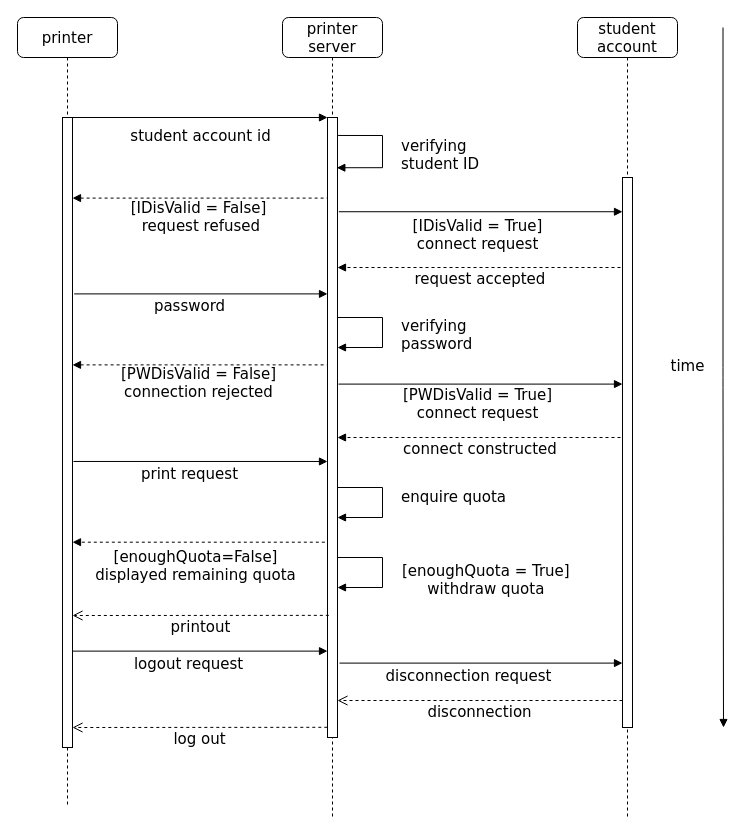
Before: page "Q1(2)" (2 of 3) of Assignment5.drawio in LI-YUXIN-Ryan-Garcia/CSCI3100Assignment, a draw.io diagram. Source tidied: cells renumbered, new cells numbered last; positions are measured from the earlier drawing's top-left corner, leaving out a move shared by most shapes. Both pictures are drawn from the tidied source at 100%, with x=0, y=0 at pixel (17, 17).
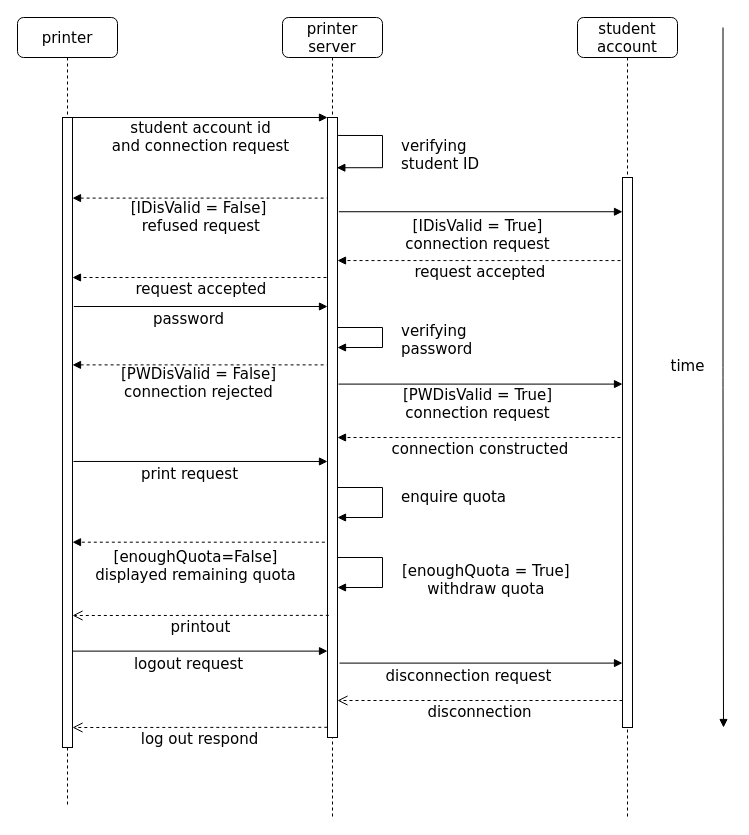
Above is the later version.

The change refers to these unchanged cells:
```xml
<mxCell id="2" value="printer server&lt;br style=&quot;font-size: 15px;&quot;&gt;" style="shape=umlLifeline;perimeter=lifelinePerimeter;whiteSpace=wrap;html=1;rounded=1;shadow=0;comic=0;labelBackgroundColor=none;strokeColor=#000000;strokeWidth=1;fillColor=#FFFFFF;fontFamily=Verdana;fontSize=15;fontColor=#000000;align=center;" parent="1" vertex="1">
  <mxGeometry x="265" width="100" height="800" as="geometry" />
</mxCell>
<mxCell id="3" style="html=1;points=[];perimeter=orthogonalPerimeter;rounded=0;shadow=0;comic=0;labelBackgroundColor=none;strokeColor=#000000;strokeWidth=1;fillColor=#FFFFFF;fontFamily=Verdana;fontSize=15;fontColor=#000000;align=center;" parent="2" vertex="1">
  <mxGeometry x="45" y="100" width="10" height="620" as="geometry" />
</mxCell>
<mxCell id="9" style="html=1;points=[];perimeter=orthogonalPerimeter;rounded=0;shadow=0;comic=0;labelBackgroundColor=none;strokeColor=#000000;strokeWidth=1;fillColor=#FFFFFF;fontFamily=Verdana;fontSize=15;fontColor=#000000;align=center;" parent="8" vertex="1">
  <mxGeometry x="45" y="160" width="10" height="550" as="geometry" />
</mxCell>
<mxCell id="11" style="html=1;points=[];perimeter=orthogonalPerimeter;rounded=0;shadow=0;comic=0;labelBackgroundColor=none;strokeColor=#000000;strokeWidth=1;fillColor=#FFFFFF;fontFamily=Verdana;fontSize=15;fontColor=#000000;align=center;" parent="10" vertex="1">
  <mxGeometry x="45" y="100" width="10" height="630" as="geometry" />
</mxCell>
```

Diff of the diagram source:
```diff
@@
     <mxCell id="5" value="verifying&lt;br style=&quot;font-size: 15px&quot;&gt;password&lt;br style=&quot;font-size: 15px&quot;&gt;" style="edgeStyle=orthogonalEdgeStyle;html=1;align=left;spacingLeft=2;endArrow=block;rounded=0;fontSize=15;fontFamily=Verdana;labelBorderColor=none;" parent="2" edge="1" source="3" target="3">
       <mxGeometry x="0.03" y="15" relative="1" as="geometry">
         <Array as="points">
-          <mxPoint x="100" y="300" />
+          <mxPoint x="100" y="310" />
           <mxPoint x="100" y="330" />
         </Array>
       </mxGeometry>
     </mxCell>
@@
-    <mxCell id="12" value="[IDisValid = True]&lt;br&gt;connect request" style="html=1;verticalAlign=bottom;endArrow=block;labelBackgroundColor=none;fontFamily=Verdana;fontSize=15;exitX=1.133;exitY=0.152;exitDx=0;exitDy=0;exitPerimeter=0;" parent="1" edge="1" source="3" target="9">
+    <mxCell id="12" value="[IDisValid = True]&lt;br&gt;connection request" style="html=1;verticalAlign=bottom;endArrow=block;labelBackgroundColor=none;fontFamily=Verdana;fontSize=15;exitX=1.133;exitY=0.152;exitDx=0;exitDy=0;exitPerimeter=0;" parent="1" edge="1" source="3" target="9">
       <mxGeometry x="-0.02" y="-44" relative="1" as="geometry" />
     </mxCell>
@@
-    <mxCell id="14" value="student account id&lt;br style=&quot;font-size: 15px;&quot;&gt;" style="html=1;verticalAlign=bottom;endArrow=block;entryX=0;entryY=0;labelBackgroundColor=none;fontFamily=Verdana;fontSize=15;edgeStyle=elbowEdgeStyle;elbow=vertical;" parent="1" edge="1" source="11" target="3">
-      <mxGeometry y="-30" relative="1" as="geometry" />
+    <mxCell id="14" value="student account id&lt;br&gt;and connection request&lt;br style=&quot;font-size: 15px&quot;&gt;" style="html=1;verticalAlign=bottom;endArrow=block;entryX=0;entryY=0;labelBackgroundColor=none;fontFamily=Verdana;fontSize=15;edgeStyle=elbowEdgeStyle;elbow=vertical;" parent="1" edge="1" source="11" target="3">
+      <mxGeometry y="-40" relative="1" as="geometry" />
     </mxCell>
@@
-    <mxCell id="16" value="&amp;nbsp;request accepted" style="html=1;verticalAlign=bottom;endArrow=block;labelBackgroundColor=none;fontFamily=Verdana;fontSize=15;dashed=1;" parent="1" edge="1" target="3">
-      <mxGeometry x="0.01" y="23" relative="1" as="geometry">
-        <mxPoint x="603" y="250" as="sourcePoint" />
-      </mxGeometry>
+    <mxCell id="16" value="&amp;nbsp;request accepted" style="html=1;verticalAlign=bottom;endArrow=block;labelBackgroundColor=none;fontFamily=Verdana;fontSize=15;dashed=1;exitX=-0.2;exitY=0.151;exitDx=0;exitDy=0;exitPerimeter=0;" parent="1" edge="1" source="9" target="3">
+      <mxGeometry x="0.01" y="23" relative="1" as="geometry" />
     </mxCell>
-    <mxCell id="17" value="password" style="html=1;verticalAlign=bottom;endArrow=block;labelBackgroundColor=none;fontFamily=Verdana;fontSize=15;exitX=1.167;exitY=0.28;exitDx=0;exitDy=0;exitPerimeter=0;" parent="1" edge="1" source="11" target="3">
+    <mxCell id="17" value="password" style="html=1;verticalAlign=bottom;endArrow=block;labelBackgroundColor=none;fontFamily=Verdana;fontSize=15;exitX=1.133;exitY=0.3;exitDx=0;exitDy=0;exitPerimeter=0;" parent="1" edge="1" source="11" target="3">
       <mxGeometry x="-0.09" y="-24" relative="1" as="geometry" />
     </mxCell>
-    <mxCell id="18" value="[IDisValid = False]&lt;br&gt;&amp;nbsp;request refused" style="html=1;verticalAlign=bottom;endArrow=none;labelBackgroundColor=none;fontFamily=Verdana;fontSize=15;endFill=0;startArrow=block;startFill=1;dashed=1;entryX=0;entryY=0.13;entryDx=0;entryDy=0;entryPerimeter=0;" parent="1" edge="1" source="11" target="3">
+    <mxCell id="18" value="[IDisValid = False]&lt;br&gt;&amp;nbsp;refused request" style="html=1;verticalAlign=bottom;endArrow=none;labelBackgroundColor=none;fontFamily=Verdana;fontSize=15;endFill=0;startArrow=block;startFill=1;dashed=1;entryX=0;entryY=0.13;entryDx=0;entryDy=0;entryPerimeter=0;" parent="1" edge="1" source="11" target="3">
       <mxGeometry x="-0.01" y="-39" relative="1" as="geometry" />
     </mxCell>
@@
-    <mxCell id="21" value="[PWDisValid = True]&lt;br&gt;connect request" style="html=1;verticalAlign=bottom;endArrow=block;labelBackgroundColor=none;fontFamily=Verdana;fontSize=15;exitX=1.1;exitY=0.43;exitDx=0;exitDy=0;exitPerimeter=0;" parent="1" edge="1" source="3" target="9">
+    <mxCell id="21" value="[PWDisValid = True]&lt;br&gt;connection request" style="html=1;verticalAlign=bottom;endArrow=block;labelBackgroundColor=none;fontFamily=Verdana;fontSize=15;exitX=1.1;exitY=0.43;exitDx=0;exitDy=0;exitPerimeter=0;" parent="1" edge="1" source="3" target="9">
       <mxGeometry x="-0.02" y="-40" relative="1" as="geometry" />
     </mxCell>
-    <mxCell id="22" value="&amp;nbsp;connect constructed" style="html=1;verticalAlign=bottom;endArrow=block;labelBackgroundColor=none;fontFamily=Verdana;fontSize=15;dashed=1;" parent="1" edge="1" target="3">
+    <mxCell id="22" value="&amp;nbsp;connection constructed" style="html=1;verticalAlign=bottom;endArrow=block;labelBackgroundColor=none;fontFamily=Verdana;fontSize=15;dashed=1;" parent="1" edge="1" target="3">
       <mxGeometry x="0.01" y="23" relative="1" as="geometry">
         <mxPoint x="603" y="420" as="sourcePoint" />
       </mxGeometry>
     </mxCell>
@@
-    <mxCell id="27" value="log out" style="html=1;verticalAlign=bottom;endArrow=open;dashed=1;endSize=8;labelBackgroundColor=none;fontFamily=Verdana;fontSize=15;edgeStyle=elbowEdgeStyle;elbow=vertical;fontStyle=0;exitX=0.133;exitY=0.803;exitDx=0;exitDy=0;exitPerimeter=0;" parent="1" edge="1" target="11">
+    <mxCell id="27" value="log out respond" style="html=1;verticalAlign=bottom;endArrow=open;dashed=1;endSize=8;labelBackgroundColor=none;fontFamily=Verdana;fontSize=15;edgeStyle=elbowEdgeStyle;elbow=vertical;fontStyle=0;exitX=0.133;exitY=0.803;exitDx=0;exitDy=0;exitPerimeter=0;" parent="1" edge="1" target="11">
       <mxGeometry y="23" relative="1" as="geometry">
         <mxPoint x="309.8" y="709.8" as="sourcePoint" />
         <Array as="points">
           <mxPoint x="270" y="710" />
         </Array>
       </mxGeometry>
     </mxCell>
+    <mxCell id="28" value="&amp;nbsp;request accepted" style="html=1;verticalAlign=bottom;endArrow=block;labelBackgroundColor=none;fontFamily=Verdana;fontSize=15;dashed=1;" parent="1" edge="1" target="11">
+      <mxGeometry x="0.01" y="23" relative="1" as="geometry">
+        <mxPoint x="309" y="260" as="sourcePoint" />
+      </mxGeometry>
+    </mxCell>
```
